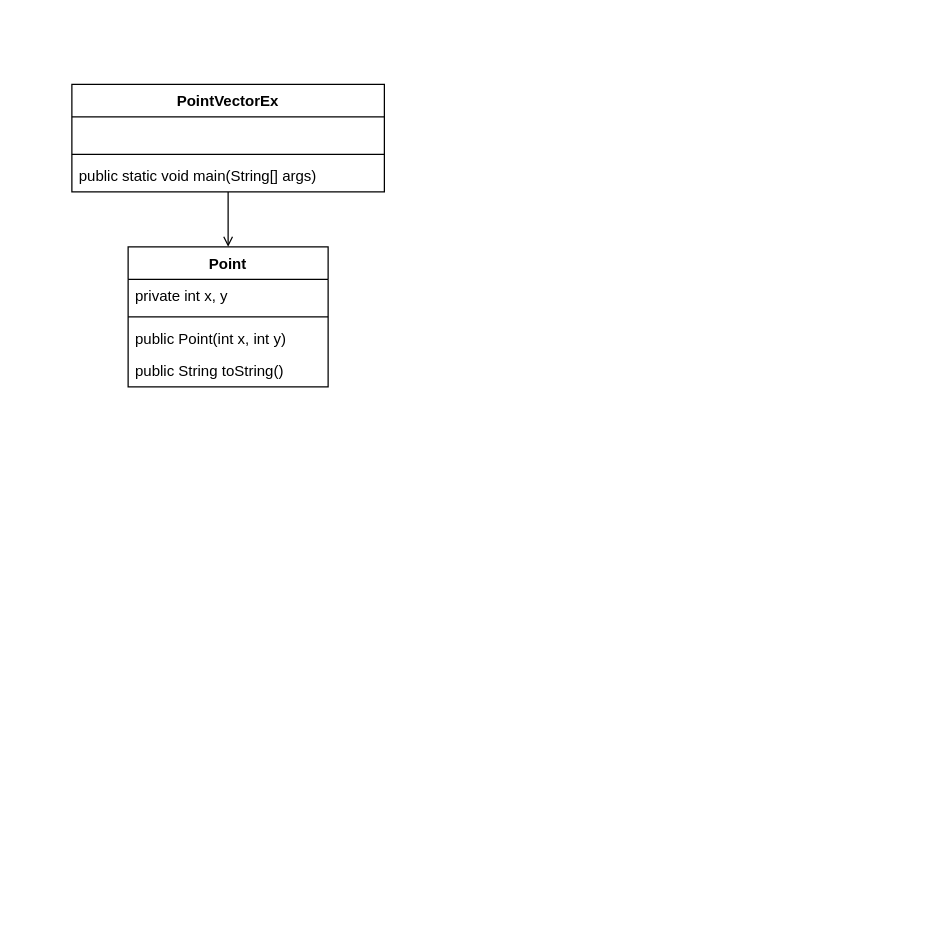
The draw.io diagram 7장 실습과제.drawio in skatld123/NSH, before the edit. Source tidied: cells renumbered, new cells numbered last; positions are measured from the earlier drawing's top-left corner, leaving out a move shared by most shapes. Both pictures are drawn from the tidied source at 125%, with x=0, y=0 at pixel (71, 84).
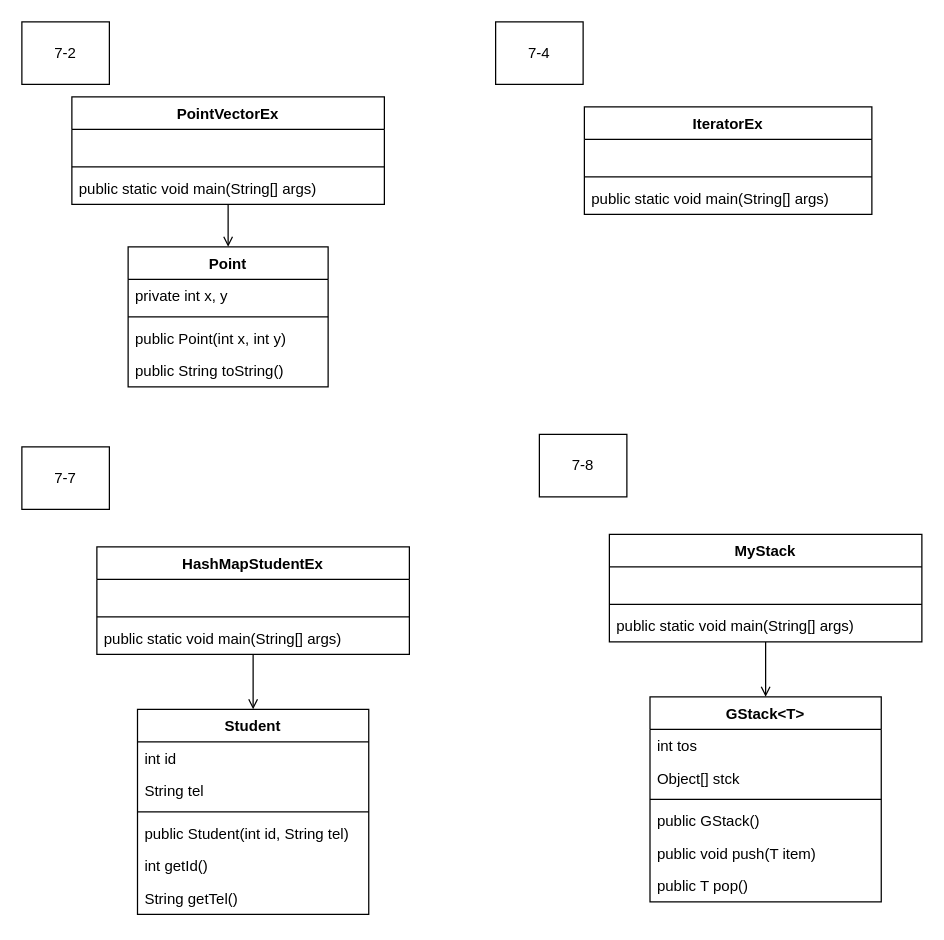
After the change.

Commit message (it also covers changes not shown here):
7장 실습과제.drawio 업데이트

Change to the diagram source:
```diff
@@
     <mxCell id="8" value="PointVectorEx" style="swimlane;fontStyle=1;align=center;verticalAlign=top;horizontal=1;startSize=26;" parent="1" vertex="1">
-      <mxGeometry width="250" height="86" as="geometry" />
+      <mxGeometry y="10" width="250" height="86" as="geometry" />
     </mxCell>
@@
+    <mxCell id="12" value="7-2" style="rounded=0;whiteSpace=wrap;html=1;" parent="1" vertex="1">
+      <mxGeometry x="-40" y="-50" width="70" height="50" as="geometry" />
+    </mxCell>
+    <mxCell id="13" value="7-4" style="rounded=0;whiteSpace=wrap;html=1;" parent="1" vertex="1">
+      <mxGeometry x="339" y="-50" width="70" height="50" as="geometry" />
+    </mxCell>
+    <mxCell id="14" value="IteratorEx" style="swimlane;fontStyle=1;align=center;verticalAlign=top;horizontal=1;startSize=26;" parent="1" vertex="1">
+      <mxGeometry x="410" y="18" width="230" height="86" as="geometry" />
+    </mxCell>
+    <mxCell id="15" value=" " style="text;strokeColor=none;fillColor=none;align=left;verticalAlign=top;spacingLeft=4;spacingRight=4;overflow=hidden;" parent="14" vertex="1">
+      <mxGeometry y="26" width="230" height="26" as="geometry" />
+    </mxCell>
+    <mxCell id="16" style="line;strokeWidth=1;fillColor=none;align=left;verticalAlign=middle;spacingTop=-1;spacingLeft=3;spacingRight=3;labelPosition=right;" parent="14" vertex="1">
+      <mxGeometry y="52" width="230" height="8" as="geometry" />
+    </mxCell>
+    <mxCell id="17" value="public static void main(String[] args)" style="text;strokeColor=none;fillColor=none;align=left;verticalAlign=top;spacingLeft=4;spacingRight=4;overflow=hidden;" parent="14" vertex="1">
+      <mxGeometry y="60" width="230" height="26" as="geometry" />
+    </mxCell>
+    <mxCell id="18" value="7-7" style="rounded=0;whiteSpace=wrap;html=1;" parent="1" vertex="1">
+      <mxGeometry x="-40" y="290" width="70" height="50" as="geometry" />
+    </mxCell>
+    <mxCell id="19" value="Student" style="swimlane;fontStyle=1;align=center;verticalAlign=top;horizontal=1;startSize=26;" parent="1" vertex="1">
+      <mxGeometry x="52.5" y="500" width="185" height="164" as="geometry" />
+    </mxCell>
+    <mxCell id="20" value="int id" style="text;strokeColor=none;fillColor=none;align=left;verticalAlign=top;spacingLeft=4;spacingRight=4;overflow=hidden;" parent="19" vertex="1">
+      <mxGeometry y="26" width="185" height="26" as="geometry" />
+    </mxCell>
+    <mxCell id="21" value="String tel" style="text;strokeColor=none;fillColor=none;align=left;verticalAlign=top;spacingLeft=4;spacingRight=4;overflow=hidden;" parent="19" vertex="1">
+      <mxGeometry y="52" width="185" height="26" as="geometry" />
+    </mxCell>
+    <mxCell id="22" style="line;strokeWidth=1;fillColor=none;align=left;verticalAlign=middle;spacingTop=-1;spacingLeft=3;spacingRight=3;labelPosition=right;" parent="19" vertex="1">
+      <mxGeometry y="78" width="185" height="8" as="geometry" />
+    </mxCell>
+    <mxCell id="23" value="public Student(int id, String tel)" style="text;strokeColor=none;fillColor=none;align=left;verticalAlign=top;spacingLeft=4;spacingRight=4;overflow=hidden;" parent="19" vertex="1">
+      <mxGeometry y="86" width="185" height="26" as="geometry" />
+    </mxCell>
+    <mxCell id="24" value="int getId()" style="text;strokeColor=none;fillColor=none;align=left;verticalAlign=top;spacingLeft=4;spacingRight=4;overflow=hidden;" parent="19" vertex="1">
+      <mxGeometry y="112" width="185" height="26" as="geometry" />
+    </mxCell>
+    <mxCell id="25" value="String getTel()" style="text;strokeColor=none;fillColor=none;align=left;verticalAlign=top;spacingLeft=4;spacingRight=4;overflow=hidden;" parent="19" vertex="1">
+      <mxGeometry y="138" width="185" height="26" as="geometry" />
+    </mxCell>
+    <mxCell id="26" style="edgeStyle=orthogonalEdgeStyle;rounded=0;jettySize=auto;html=1;entryX=0.5;entryY=0;entryDx=0;entryDy=0;endArrow=open;endFill=0;" parent="1" edge="1" source="27" target="19">
+      <mxGeometry relative="1" as="geometry" />
+    </mxCell>
+    <mxCell id="27" value="HashMapStudentEx" style="swimlane;fontStyle=1;align=center;verticalAlign=top;horizontal=1;startSize=26;" parent="1" vertex="1">
+      <mxGeometry x="20" y="370" width="250" height="86" as="geometry" />
+    </mxCell>
+    <mxCell id="28" value=" " style="text;strokeColor=none;fillColor=none;align=left;verticalAlign=top;spacingLeft=4;spacingRight=4;overflow=hidden;" parent="27" vertex="1">
+      <mxGeometry y="26" width="250" height="26" as="geometry" />
+    </mxCell>
+    <mxCell id="29" style="line;strokeWidth=1;fillColor=none;align=left;verticalAlign=middle;spacingTop=-1;spacingLeft=3;spacingRight=3;labelPosition=right;" parent="27" vertex="1">
+      <mxGeometry y="52" width="250" height="8" as="geometry" />
+    </mxCell>
+    <mxCell id="30" value="public static void main(String[] args)" style="text;strokeColor=none;fillColor=none;align=left;verticalAlign=top;spacingLeft=4;spacingRight=4;overflow=hidden;" parent="27" vertex="1">
+      <mxGeometry y="60" width="250" height="26" as="geometry" />
+    </mxCell>
+    <mxCell id="31" value="7-8" style="rounded=0;whiteSpace=wrap;html=1;" parent="1" vertex="1">
+      <mxGeometry x="374" y="280" width="70" height="50" as="geometry" />
+    </mxCell>
+    <mxCell id="32" value="GStack&lt;T&gt;" style="swimlane;fontStyle=1;align=center;verticalAlign=top;horizontal=1;startSize=26;" parent="1" vertex="1">
+      <mxGeometry x="462.5" y="490" width="185" height="164" as="geometry" />
+    </mxCell>
+    <mxCell id="33" value="int tos" style="text;strokeColor=none;fillColor=none;align=left;verticalAlign=top;spacingLeft=4;spacingRight=4;overflow=hidden;" parent="32" vertex="1">
+      <mxGeometry y="26" width="185" height="26" as="geometry" />
+    </mxCell>
+    <mxCell id="34" value="Object[] stck" style="text;strokeColor=none;fillColor=none;align=left;verticalAlign=top;spacingLeft=4;spacingRight=4;overflow=hidden;" parent="32" vertex="1">
+      <mxGeometry y="52" width="185" height="26" as="geometry" />
+    </mxCell>
+    <mxCell id="35" style="line;strokeWidth=1;fillColor=none;align=left;verticalAlign=middle;spacingTop=-1;spacingLeft=3;spacingRight=3;labelPosition=right;" parent="32" vertex="1">
+      <mxGeometry y="78" width="185" height="8" as="geometry" />
+    </mxCell>
+    <mxCell id="36" value="public GStack()" style="text;strokeColor=none;fillColor=none;align=left;verticalAlign=top;spacingLeft=4;spacingRight=4;overflow=hidden;" parent="32" vertex="1">
+      <mxGeometry y="86" width="185" height="26" as="geometry" />
+    </mxCell>
+    <mxCell id="37" value="public void push(T item)" style="text;strokeColor=none;fillColor=none;align=left;verticalAlign=top;spacingLeft=4;spacingRight=4;overflow=hidden;" parent="32" vertex="1">
+      <mxGeometry y="112" width="185" height="26" as="geometry" />
+    </mxCell>
+    <mxCell id="38" value="public T pop()" style="text;strokeColor=none;fillColor=none;align=left;verticalAlign=top;spacingLeft=4;spacingRight=4;overflow=hidden;" parent="32" vertex="1">
+      <mxGeometry y="138" width="185" height="26" as="geometry" />
+    </mxCell>
+    <mxCell id="39" style="edgeStyle=orthogonalEdgeStyle;rounded=0;jettySize=auto;html=1;entryX=0.5;entryY=0;entryDx=0;entryDy=0;endArrow=open;endFill=0;" parent="1" edge="1" source="40" target="32">
+      <mxGeometry relative="1" as="geometry" />
+    </mxCell>
+    <mxCell id="40" value="MyStack" style="swimlane;fontStyle=1;align=center;verticalAlign=top;horizontal=1;startSize=26;" parent="1" vertex="1">
+      <mxGeometry x="430" y="360" width="250" height="86" as="geometry" />
+    </mxCell>
+    <mxCell id="41" value=" " style="text;strokeColor=none;fillColor=none;align=left;verticalAlign=top;spacingLeft=4;spacingRight=4;overflow=hidden;" parent="40" vertex="1">
+      <mxGeometry y="26" width="250" height="26" as="geometry" />
+    </mxCell>
+    <mxCell id="42" style="line;strokeWidth=1;fillColor=none;align=left;verticalAlign=middle;spacingTop=-1;spacingLeft=3;spacingRight=3;labelPosition=right;" parent="40" vertex="1">
+      <mxGeometry y="52" width="250" height="8" as="geometry" />
+    </mxCell>
+    <mxCell id="43" value="public static void main(String[] args)" style="text;strokeColor=none;fillColor=none;align=left;verticalAlign=top;spacingLeft=4;spacingRight=4;overflow=hidden;" parent="40" vertex="1">
+      <mxGeometry y="60" width="250" height="26" as="geometry" />
+    </mxCell>
```
